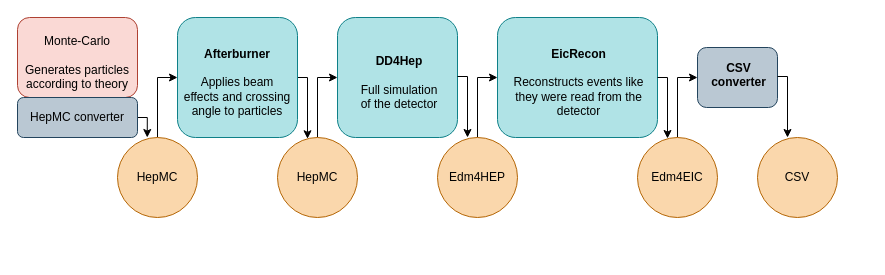
Earlier version of the draw.io diagram docs/public/simulation-chain.drawio (JeffersonLab/meson-structure). Source tidied: cells renumbered, new cells numbered last; positions are measured from the earlier drawing's top-left corner, leaving out a move shared by most shapes. Both pictures are drawn from the tidied source at 100%, with x=0, y=0 at pixel (17, 17).
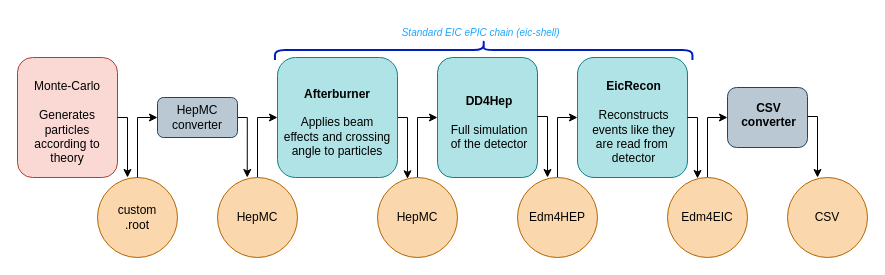
The same diagram, later.

What changed in the source:
```diff
@@
     <mxCell id="2" style="edgeStyle=orthogonalEdgeStyle;rounded=0;jettySize=auto;html=1;exitX=1;exitY=0.5;exitDx=0;exitDy=0;" parent="1" edge="1" source="3" target="10">
       <mxGeometry relative="1" as="geometry">
         <Array as="points">
-          <mxPoint x="290" y="60" />
+          <mxPoint x="390" y="100" />
         </Array>
       </mxGeometry>
     </mxCell>
     <mxCell id="3" value="&lt;b&gt;&lt;font&gt;Afterburner&lt;/font&gt;&lt;/b&gt;&lt;br&gt;&lt;br&gt;Applies beam effects and crossing angle to particles" style="rounded=1;whiteSpace=wrap;html=1;spacingLeft=5;spacingRight=5;fillColor=#b0e3e6;strokeColor=#0e8088;labelBackgroundColor=none;spacingTop=10;" parent="1" vertex="1">
-      <mxGeometry x="160" width="120" height="120" as="geometry" />
+      <mxGeometry x="260" y="40" width="120" height="120" as="geometry" />
     </mxCell>
@@
     <mxCell id="5" value="HepMC" style="ellipse;whiteSpace=wrap;html=1;fillColor=#fad7ac;strokeColor=#b46504;" parent="1" vertex="1">
-      <mxGeometry x="100" y="120" width="80" height="80" as="geometry" />
+      <mxGeometry x="200" y="160" width="80" height="80" as="geometry" />
     </mxCell>
     <mxCell id="6" value="&lt;b&gt;&lt;font&gt;DD4Hep&lt;/font&gt;&lt;/b&gt;&lt;div&gt;&lt;br&gt;Full simulation of&amp;nbsp;&lt;span style=&quot;background-color: transparent; color: light-dark(rgb(0, 0, 0), rgb(237, 237, 237));&quot;&gt;the detector&lt;/span&gt;&lt;/div&gt;" style="rounded=1;whiteSpace=wrap;html=1;spacingLeft=9;spacingRight=5;fillColor=#b0e3e6;strokeColor=#0e8088;labelBackgroundColor=none;spacingTop=10;" parent="1" vertex="1">
-      <mxGeometry x="320" width="120" height="120" as="geometry" />
+      <mxGeometry x="420" y="40" width="100" height="120" as="geometry" />
     </mxCell>
-    <mxCell id="7" value="&lt;b&gt;&lt;font&gt;EicRecon&lt;/font&gt;&lt;/b&gt;&lt;div&gt;&lt;br&gt;Reconstructs events like they were read from the detector&lt;/div&gt;" style="rounded=1;whiteSpace=wrap;html=1;spacingLeft=10;spacingRight=7;fillColor=#b0e3e6;strokeColor=#0e8088;labelBackgroundColor=none;spacingTop=10;" parent="1" vertex="1">
-      <mxGeometry x="480" width="160" height="120" as="geometry" />
+    <mxCell id="7" value="&lt;b&gt;&lt;font&gt;EicRecon&lt;/font&gt;&lt;/b&gt;&lt;div&gt;&lt;br&gt;Reconstructs events like they are read from&amp;nbsp; detector&lt;/div&gt;" style="rounded=1;whiteSpace=wrap;html=1;spacingLeft=10;spacingRight=7;fillColor=#b0e3e6;strokeColor=#0e8088;labelBackgroundColor=none;spacingTop=10;" parent="1" vertex="1">
+      <mxGeometry x="560" y="40" width="110" height="120" as="geometry" />
     </mxCell>
     <mxCell id="8" value="&lt;b&gt;&lt;font&gt;CSV converter&lt;/font&gt;&lt;/b&gt;&lt;div&gt;&lt;br&gt;&lt;/div&gt;" style="rounded=1;whiteSpace=wrap;html=1;spacingLeft=10;spacingRight=7;fillColor=#bac8d3;strokeColor=#23445d;labelBackgroundColor=none;spacingTop=10;" parent="1" vertex="1">
-      <mxGeometry x="680" y="30" width="80" height="60" as="geometry" />
+      <mxGeometry x="710" y="70" width="80" height="60" as="geometry" />
     </mxCell>
@@
     <mxCell id="10" value="HepMC" style="ellipse;whiteSpace=wrap;html=1;fillColor=#fad7ac;strokeColor=#b46504;" parent="1" vertex="1">
-      <mxGeometry x="260" y="120" width="80" height="80" as="geometry" />
+      <mxGeometry x="360" y="160" width="80" height="80" as="geometry" />
     </mxCell>
@@
     <mxCell id="12" value="Edm4HEP" style="ellipse;whiteSpace=wrap;html=1;fillColor=#fad7ac;strokeColor=#b46504;" parent="1" vertex="1">
-      <mxGeometry x="420" y="120" width="80" height="80" as="geometry" />
+      <mxGeometry x="500" y="160" width="80" height="80" as="geometry" />
     </mxCell>
@@
     <mxCell id="14" value="Edm4EIC" style="ellipse;whiteSpace=wrap;html=1;fillColor=#fad7ac;strokeColor=#b46504;" parent="1" vertex="1">
-      <mxGeometry x="620" y="120" width="80" height="80" as="geometry" />
+      <mxGeometry x="650" y="160" width="80" height="80" as="geometry" />
     </mxCell>
     <mxCell id="15" style="edgeStyle=orthogonalEdgeStyle;rounded=0;jettySize=auto;html=1;exitX=1;exitY=0.5;exitDx=0;exitDy=0;entryX=0.372;entryY=0;entryDx=0;entryDy=0;entryPerimeter=0;" parent="1" edge="1" source="17" target="5">
       <mxGeometry relative="1" as="geometry">
         <Array as="points">
-          <mxPoint x="130" y="100" />
+          <mxPoint x="220" y="100" />
+          <mxPoint x="230" y="100" />
         </Array>
       </mxGeometry>
     </mxCell>
     <mxCell id="16" value="Monte-Carlo&lt;br&gt;&lt;br&gt;Generates particles according to theory" style="rounded=1;whiteSpace=wrap;spacingLeft=5;spacingRight=5;fillColor=#fad9d5;strokeColor=#ae4132;labelBackgroundColor=none;spacingTop=10;fontColor=default;textShadow=0;html=1;convertToSvg=0;" parent="1" vertex="1">
-      <mxGeometry width="120" height="80" as="geometry" />
+      <mxGeometry y="40" width="100" height="120" as="geometry" />
     </mxCell>
     <mxCell id="17" value="HepMC converter" style="rounded=1;whiteSpace=wrap;html=1;fillColor=#bac8d3;strokeColor=#23445d;" parent="1" vertex="1">
-      <mxGeometry y="80" width="120" height="40" as="geometry" />
+      <mxGeometry x="140" y="80" width="80" height="40" as="geometry" />
     </mxCell>
     <mxCell id="18" value="CSV" style="ellipse;whiteSpace=wrap;html=1;fillColor=#fad7ac;strokeColor=#b46504;" parent="1" vertex="1">
-      <mxGeometry x="740" y="120" width="80" height="80" as="geometry" />
+      <mxGeometry x="770" y="160" width="80" height="80" as="geometry" />
     </mxCell>
     <mxCell id="19" style="edgeStyle=orthogonalEdgeStyle;rounded=0;orthogonalLoop=1;jettySize=auto;html=1;exitX=1;exitY=0.5;exitDx=0;exitDy=0;" parent="1" edge="1">
       <mxGeometry relative="1" as="geometry">
-        <mxPoint x="440" y="59" as="sourcePoint" />
-        <mxPoint x="450" y="120" as="targetPoint" />
+        <mxPoint x="520" y="99" as="sourcePoint" />
+        <mxPoint x="530" y="160" as="targetPoint" />
         <Array as="points">
-          <mxPoint x="450" y="59" />
+          <mxPoint x="530" y="99" />
         </Array>
       </mxGeometry>
     </mxCell>
     <mxCell id="20" style="edgeStyle=orthogonalEdgeStyle;rounded=0;orthogonalLoop=1;jettySize=auto;html=1;exitX=1;exitY=0.5;exitDx=0;exitDy=0;" parent="1" edge="1">
       <mxGeometry relative="1" as="geometry">
-        <mxPoint x="640" y="60" as="sourcePoint" />
-        <mxPoint x="650" y="121" as="targetPoint" />
+        <mxPoint x="670" y="100" as="sourcePoint" />
+        <mxPoint x="680" y="161" as="targetPoint" />
         <Array as="points">
-          <mxPoint x="650" y="60" />
+          <mxPoint x="680" y="100" />
         </Array>
       </mxGeometry>
     </mxCell>
     <mxCell id="21" style="edgeStyle=orthogonalEdgeStyle;rounded=0;orthogonalLoop=1;jettySize=auto;html=1;exitX=1;exitY=0.5;exitDx=0;exitDy=0;" parent="1" edge="1">
       <mxGeometry relative="1" as="geometry">
-        <mxPoint x="760" y="59" as="sourcePoint" />
-        <mxPoint x="770" y="120" as="targetPoint" />
+        <mxPoint x="790" y="99" as="sourcePoint" />
+        <mxPoint x="800" y="160" as="targetPoint" />
         <Array as="points">
-          <mxPoint x="770" y="59" />
+          <mxPoint x="800" y="99" />
         </Array>
       </mxGeometry>
     </mxCell>
+    <mxCell id="22" value="custom&lt;br&gt;.root" style="ellipse;whiteSpace=wrap;html=1;fillColor=#fad7ac;strokeColor=#b46504;" parent="1" vertex="1">
+      <mxGeometry x="80" y="160" width="80" height="80" as="geometry" />
+    </mxCell>
+    <mxCell id="23" style="edgeStyle=orthogonalEdgeStyle;rounded=0;jettySize=auto;html=1;exitX=0.5;exitY=0;exitDx=0;exitDy=0;entryX=0;entryY=0.5;entryDx=0;entryDy=0;" parent="1" edge="1" source="22" target="17">
+      <mxGeometry relative="1" as="geometry" />
+    </mxCell>
+    <mxCell id="24" style="edgeStyle=orthogonalEdgeStyle;rounded=0;orthogonalLoop=1;jettySize=auto;html=1;exitX=1;exitY=0.5;exitDx=0;exitDy=0;entryX=0.372;entryY=0;entryDx=0;entryDy=0;entryPerimeter=0;" parent="1" edge="1">
+      <mxGeometry relative="1" as="geometry">
+        <mxPoint x="100" y="100" as="sourcePoint" />
+        <mxPoint x="110" y="160" as="targetPoint" />
+        <Array as="points">
+          <mxPoint x="100" y="100" />
+          <mxPoint x="110" y="100" />
+        </Array>
+      </mxGeometry>
+    </mxCell>
+    <mxCell id="25" style="shape=curlyBracket;whiteSpace=wrap;html=1;rounded=1;flipH=1;labelPosition=right;verticalLabelPosition=middle;align=left;verticalAlign=middle;rotation=-90;size=0.5;strokeWidth=2;fillColor=#0050ef;fontColor=#ffffff;strokeColor=#001DBC;" parent="1" vertex="1">
+      <mxGeometry x="456.2" y="-176.2" width="20" height="417.5" as="geometry" />
+    </mxCell>
+    <mxCell id="26" value="&lt;i&gt;&lt;font style=&quot;font-size: 10px;&quot;&gt;Standard EIC ePIC chain (eic-shell)&amp;nbsp;&lt;/font&gt;&lt;/i&gt;" style="text;html=1;align=center;verticalAlign=middle;whiteSpace=wrap;rounded=0;fontColor=#1BA6FF;" parent="1" vertex="1">
+      <mxGeometry x="360" width="210" height="30" as="geometry" />
+    </mxCell>
```
